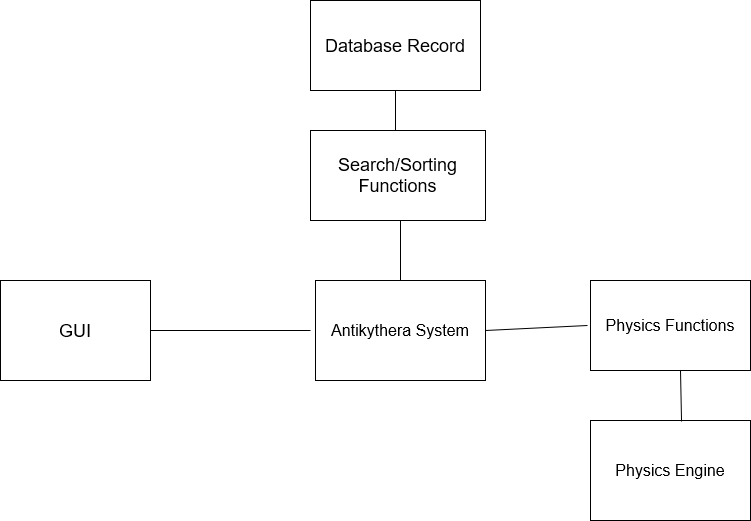
semmanuel/Antikythera keeps this draw.io diagram as Project Process Models/Context Model.png. Above is the earlier version. Source tidied: cells renumbered, new cells last; positions are measured from the earlier drawing's top-left corner, leaving out a move shared by most shapes.
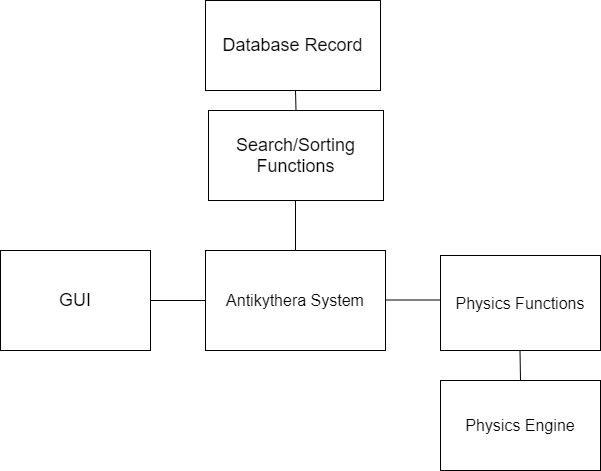
After the change.

Diff of the diagram source:
```diff
@@ -3,53 +3,57 @@
     <mxCell id="0" />
     <mxCell id="1" parent="0" />
     <mxCell id="2" value="&lt;font style=&quot;font-size: 18px&quot;&gt;Database Record&lt;/font&gt;" style="rounded=0;whiteSpace=wrap;html=1;" parent="1" vertex="1">
-      <mxGeometry x="310" width="170" height="90" as="geometry" />
+      <mxGeometry x="305" y="90" width="175" height="90" as="geometry" />
     </mxCell>
     <mxCell id="3" value="&lt;font style=&quot;font-size: 18px&quot;&gt;GUI&lt;/font&gt;" style="rounded=0;whiteSpace=wrap;html=1;" parent="1" vertex="1">
-      <mxGeometry y="280" width="150" height="100" as="geometry" />
+      <mxGeometry x="100" y="340" width="150" height="100" as="geometry" />
     </mxCell>
     <mxCell id="4" value="&lt;font style=&quot;font-size: 18px&quot;&gt;Search/Sorting Functions&lt;/font&gt;" style="rounded=0;whiteSpace=wrap;html=1;" parent="1" vertex="1">
-      <mxGeometry x="310" y="130" width="175" height="90" as="geometry" />
+      <mxGeometry x="308" y="200" width="175" height="90" as="geometry" />
     </mxCell>
     <mxCell id="5" style="endArrow=none;html=1;" parent="1" edge="1" source="6">
       <mxGeometry relative="1" as="geometry">
-        <mxPoint x="420" y="350" as="targetPoint" />
+        <mxPoint x="420" y="410" as="targetPoint" />
       </mxGeometry>
     </mxCell>
     <mxCell id="6" value="&lt;font size=&quot;3&quot;&gt;Antikythera System&lt;/font&gt;" style="rounded=0;whiteSpace=wrap;html=1;" parent="1" vertex="1">
-      <mxGeometry x="315" y="280" width="170" height="100" as="geometry" />
+      <mxGeometry x="305" y="340" width="180" height="100" as="geometry" />
     </mxCell>
-    <mxCell id="7" style="endArrow=none;html=1;entryX=0.5;entryY=1;entryDx=0;entryDy=0;" parent="1" edge="1" target="2">
-      <mxGeometry relative="1" as="geometry">
-        <mxPoint x="395" y="130" as="sourcePoint" />
-      </mxGeometry>
-    </mxCell>
-    <mxCell id="8" style="endArrow=none;html=1;exitX=0.5;exitY=0;exitDx=0;exitDy=0;" parent="1" edge="1" source="6">
-      <mxGeometry relative="1" as="geometry">
-        <mxPoint x="400" y="220" as="targetPoint" />
-      </mxGeometry>
-    </mxCell>
-    <mxCell id="9" style="endArrow=none;html=1;exitX=1;exitY=0.5;exitDx=0;exitDy=0;" parent="1" edge="1" source="3">
-      <mxGeometry relative="1" as="geometry">
-        <mxPoint x="310" y="330" as="targetPoint" />
-      </mxGeometry>
-    </mxCell>
     <mxCell id="10" value="&lt;font size=&quot;3&quot;&gt;Physics Engine&lt;/font&gt;" style="rounded=0;whiteSpace=wrap;html=1;" parent="1" vertex="1">
-      <mxGeometry x="590" y="420" width="160" height="100" as="geometry" />
+      <mxGeometry x="540" y="470" width="160" height="90" as="geometry" />
     </mxCell>
     <mxCell id="11" value="&lt;font size=&quot;3&quot;&gt;Physics Functions&lt;/font&gt;" style="rounded=0;whiteSpace=wrap;html=1;" parent="1" vertex="1">
-      <mxGeometry x="590" y="280" width="160" height="90" as="geometry" />
+      <mxGeometry x="540" y="345" width="160" height="95" as="geometry" />
     </mxCell>
-    <mxCell id="12" style="endArrow=none;html=1;" parent="1" edge="1">
-      <mxGeometry relative="1" as="geometry">
-        <mxPoint x="485" y="330" as="sourcePoint" />
-        <mxPoint x="587" y="325" as="targetPoint" />
-      </mxGeometry>
-    </mxCell>
-    <mxCell id="13" style="endArrow=none;html=1;exitX=0.569;exitY=0.01;exitDx=0;exitDy=0;exitPerimeter=0;" parent="1" edge="1" source="10">
-      <mxGeometry relative="1" as="geometry">
-        <mxPoint x="680" y="370" as="targetPoint" />
-      </mxGeometry>
-    </mxCell>
+    <mxCell id="14" style="endArrow=none;html=1;entryX=0;entryY=0.5;entryDx=0;entryDy=0;" parent="1" edge="1" target="6">
+      <mxGeometry relative="1" as="geometry">
+        <mxPoint x="250" y="390" as="sourcePoint" />
+      </mxGeometry>
+    </mxCell>
+    <mxCell id="15" style="endArrow=none;html=1;entryX=0;entryY=0.5;entryDx=0;entryDy=0;" parent="1" edge="1">
+      <mxGeometry relative="1" as="geometry">
+        <mxPoint x="485" y="389.5" as="sourcePoint" />
+        <mxPoint x="540" y="389.5" as="targetPoint" />
+      </mxGeometry>
+    </mxCell>
+    <mxCell id="16" style="endArrow=none;html=1;exitX=0.5;exitY=0;exitDx=0;exitDy=0;" parent="1" edge="1" source="4">
+      <mxGeometry relative="1" as="geometry">
+        <mxPoint x="395" y="180" as="targetPoint" />
+      </mxGeometry>
+    </mxCell>
+    <mxCell id="17" style="endArrow=none;html=1;exitX=0.5;exitY=0;exitDx=0;exitDy=0;" parent="1" edge="1" source="6">
+      <mxGeometry relative="1" as="geometry">
+        <mxPoint x="395" y="290" as="targetPoint" />
+      </mxGeometry>
+    </mxCell>
+    <mxCell id="18" style="endArrow=none;html=1;exitX=0.5;exitY=0;exitDx=0;exitDy=0;" parent="1" edge="1">
+      <mxGeometry relative="1" as="geometry">
+        <mxPoint x="620" y="470" as="sourcePoint" />
+        <mxPoint x="619.5" y="440" as="targetPoint" />
+        <Array as="points">
+          <mxPoint x="620" y="470" />
+        </Array>
+      </mxGeometry>
+    </mxCell>
   </root>
 </mxGraphModel>
```
